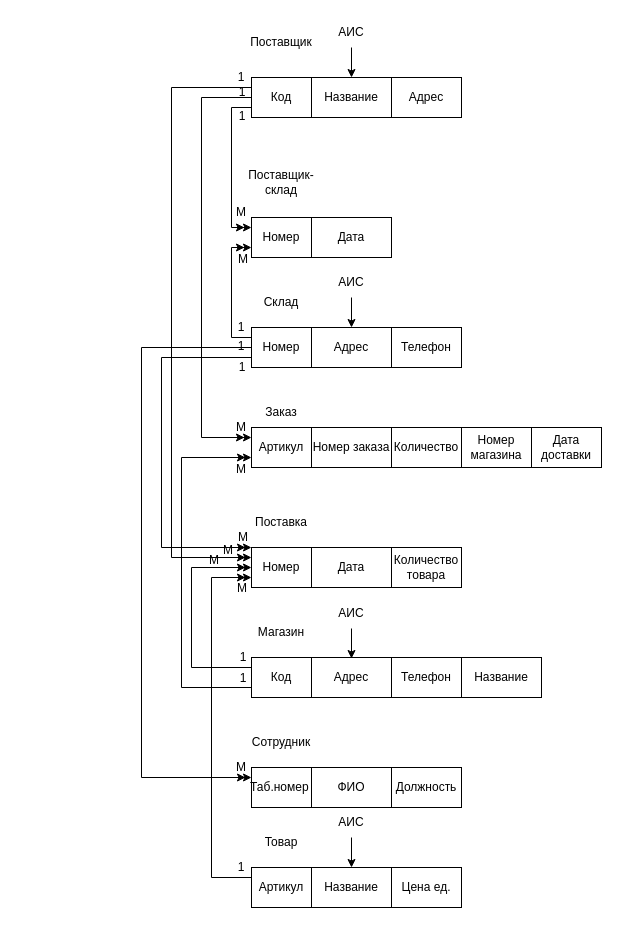
Earlier version of the draw.io diagram Untitled Diagram.drawio (polina-shimolina/Weather). Source tidied: cells renumbered, new cells numbered last; positions are measured from the earlier drawing's top-left corner, leaving out a move shared by most shapes. Both pictures are drawn from the tidied source at 100%, with x=0, y=0 at pixel (141, 17).
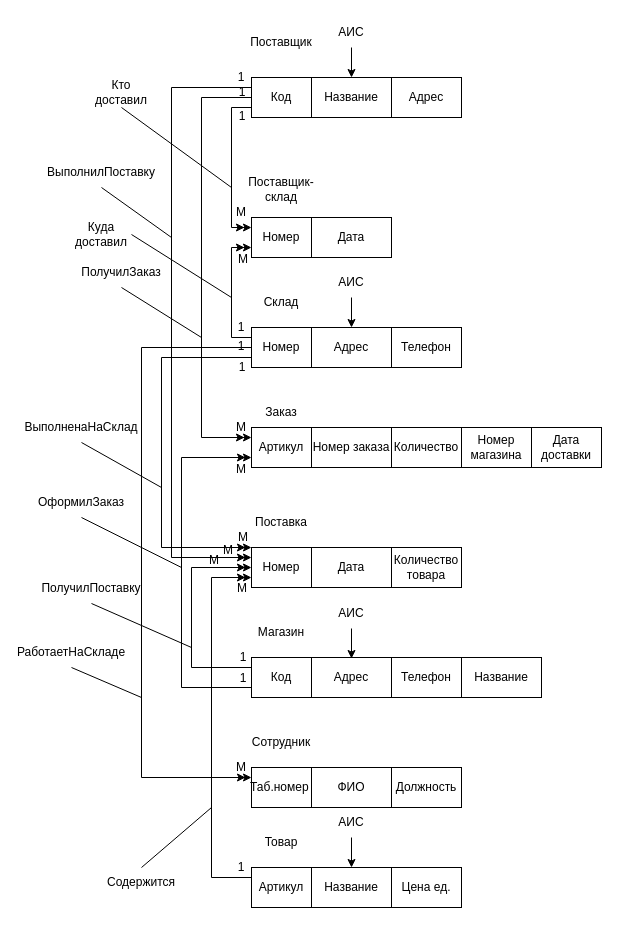
After the change.

The change refers to these unchanged cells:
```xml
<mxCell id="45" style="group;" parent="1" vertex="1">
  <mxGeometry x="110" y="150" width="140" height="90" as="geometry" />
</mxCell>
```

Diff of the diagram source:
```diff
@@
     <mxCell id="46" value="Поставщик-склад" style="text;html=1;strokeColor=none;fillColor=none;align=center;verticalAlign=middle;whiteSpace=wrap;rounded=0;" parent="45" vertex="1">
-      <mxGeometry width="60" height="30" as="geometry" />
+      <mxGeometry y="7" width="60" height="30" as="geometry" />
     </mxCell>
@@
+    <mxCell id="89" value="ВыполнилПоставку" style="text;html=1;strokeColor=none;fillColor=none;align=center;verticalAlign=middle;whiteSpace=wrap;rounded=0;" parent="1" vertex="1">
+      <mxGeometry x="-70" y="140" width="60" height="30" as="geometry" />
+    </mxCell>
+    <mxCell id="90" style="endArrow=none;html=1;rounded=0;exitX=0.5;exitY=1;exitDx=0;exitDy=0;" parent="1" edge="1" source="89">
+      <mxGeometry relative="1" as="geometry">
+        <mxPoint x="30" y="220" as="targetPoint" />
+      </mxGeometry>
+    </mxCell>
+    <mxCell id="91" value="ПолучилЗаказ" style="text;html=1;strokeColor=none;fillColor=none;align=center;verticalAlign=middle;whiteSpace=wrap;rounded=0;" parent="1" vertex="1">
+      <mxGeometry x="-50" y="240" width="60" height="30" as="geometry" />
+    </mxCell>
+    <mxCell id="92" style="endArrow=none;html=1;rounded=0;entryX=0.5;entryY=1;entryDx=0;entryDy=0;" parent="1" edge="1" target="91">
+      <mxGeometry relative="1" as="geometry">
+        <mxPoint x="60" y="320" as="sourcePoint" />
+      </mxGeometry>
+    </mxCell>
+    <mxCell id="93" value="Содержится" style="text;html=1;strokeColor=none;fillColor=none;align=center;verticalAlign=middle;whiteSpace=wrap;rounded=0;" parent="1" vertex="1">
+      <mxGeometry x="-30" y="850" width="60" height="30" as="geometry" />
+    </mxCell>
+    <mxCell id="94" style="endArrow=none;html=1;rounded=0;exitX=0.5;exitY=0;exitDx=0;exitDy=0;" parent="1" edge="1" source="93">
+      <mxGeometry relative="1" as="geometry">
+        <mxPoint x="70" y="790" as="targetPoint" />
+      </mxGeometry>
+    </mxCell>
+    <mxCell id="95" value="ВыполненаНаСклад" style="text;html=1;strokeColor=none;fillColor=none;align=center;verticalAlign=middle;whiteSpace=wrap;rounded=0;" parent="1" vertex="1">
+      <mxGeometry x="-90" y="395" width="60" height="30" as="geometry" />
+    </mxCell>
+    <mxCell id="96" style="endArrow=none;html=1;rounded=0;entryX=0.5;entryY=1;entryDx=0;entryDy=0;" parent="1" edge="1" target="95">
+      <mxGeometry relative="1" as="geometry">
+        <mxPoint x="20" y="470" as="sourcePoint" />
+      </mxGeometry>
+    </mxCell>
+    <mxCell id="97" value="ПолучилПоставку" style="text;html=1;strokeColor=none;fillColor=none;align=center;verticalAlign=middle;whiteSpace=wrap;rounded=0;" parent="1" vertex="1">
+      <mxGeometry x="-80" y="556" width="60" height="30" as="geometry" />
+    </mxCell>
+    <mxCell id="98" style="endArrow=none;html=1;rounded=0;entryX=0.5;entryY=1;entryDx=0;entryDy=0;" parent="1" edge="1" target="97">
+      <mxGeometry relative="1" as="geometry">
+        <mxPoint x="50" y="630" as="sourcePoint" />
+      </mxGeometry>
+    </mxCell>
+    <mxCell id="99" value="РаботаетНаСкладе" style="text;html=1;strokeColor=none;fillColor=none;align=center;verticalAlign=middle;whiteSpace=wrap;rounded=0;" parent="1" vertex="1">
+      <mxGeometry x="-100" y="620" width="60" height="30" as="geometry" />
+    </mxCell>
+    <mxCell id="100" style="endArrow=none;html=1;rounded=0;entryX=0.5;entryY=1;entryDx=0;entryDy=0;" parent="1" edge="1" target="99">
+      <mxGeometry relative="1" as="geometry">
+        <mxPoint y="680" as="sourcePoint" />
+      </mxGeometry>
+    </mxCell>
+    <mxCell id="101" value="ОформилЗаказ" style="text;html=1;strokeColor=none;fillColor=none;align=center;verticalAlign=middle;whiteSpace=wrap;rounded=0;" parent="1" vertex="1">
+      <mxGeometry x="-90" y="470" width="60" height="30" as="geometry" />
+    </mxCell>
+    <mxCell id="102" style="endArrow=none;html=1;rounded=0;exitX=0.5;exitY=1;exitDx=0;exitDy=0;" parent="1" edge="1" source="101">
+      <mxGeometry relative="1" as="geometry">
+        <mxPoint x="40" y="550" as="targetPoint" />
+      </mxGeometry>
+    </mxCell>
+    <mxCell id="103" value="Кто доставил" style="text;html=1;strokeColor=none;fillColor=none;align=center;verticalAlign=middle;whiteSpace=wrap;rounded=0;" parent="1" vertex="1">
+      <mxGeometry x="-50" y="60" width="60" height="30" as="geometry" />
+    </mxCell>
+    <mxCell id="104" style="endArrow=none;html=1;rounded=0;entryX=0.5;entryY=1;entryDx=0;entryDy=0;" parent="1" edge="1" target="103">
+      <mxGeometry relative="1" as="geometry">
+        <mxPoint x="90" y="170" as="sourcePoint" />
+      </mxGeometry>
+    </mxCell>
+    <mxCell id="105" value="Куда доставил" style="text;html=1;strokeColor=none;fillColor=none;align=center;verticalAlign=middle;whiteSpace=wrap;rounded=0;" parent="1" vertex="1">
+      <mxGeometry x="-70" y="202" width="60" height="30" as="geometry" />
+    </mxCell>
+    <mxCell id="106" style="endArrow=none;html=1;rounded=0;exitX=1;exitY=0.5;exitDx=0;exitDy=0;" parent="1" edge="1" source="105">
+      <mxGeometry relative="1" as="geometry">
+        <mxPoint x="90" y="280" as="targetPoint" />
+      </mxGeometry>
+    </mxCell>
```
